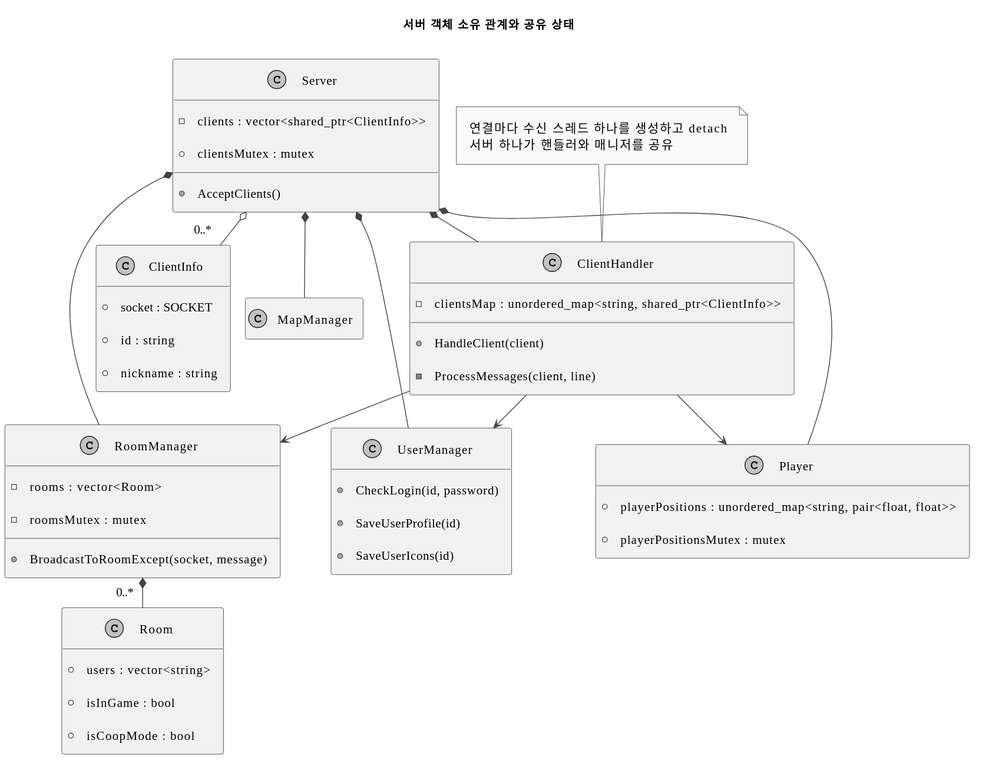
This is docs/engineering/diagrams/server-classes-ko.svg from YSL-RyuDo/BnBServer, a PlantUML export, as it was before one commit.
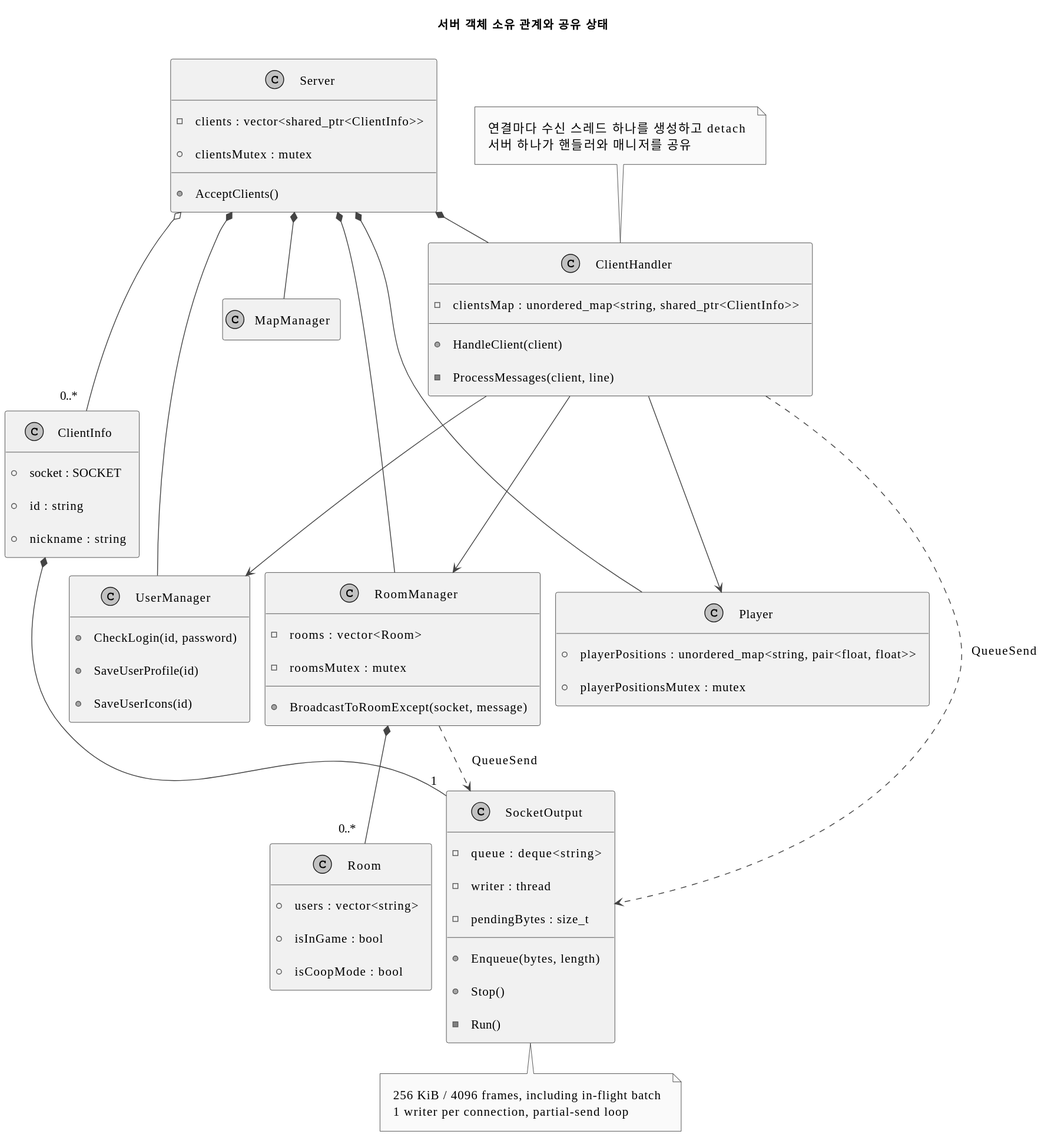
The same diagram one commit later.

Diff of the diagram source:
```diff
@@ -59,4 +59,19 @@
 연결마다 수신 스레드 하나를 생성하고 detach
 서버 하나가 핸들러와 매니저를 공유
 end note
+class SocketOutput {
+  - queue : deque<string>
+  - writer : thread
+  - pendingBytes : size_t
+  + Enqueue(bytes, length)
+  + Stop()
+  - Run()
+}
+ClientInfo *-- "1" SocketOutput
+ClientHandler ..> SocketOutput : QueueSend
+RoomManager ..> SocketOutput : QueueSend
+note bottom of SocketOutput
+256 KiB / 4096 frames, including in-flight batch
+1 writer per connection, partial-send loop
+end note
 @enduml
```
